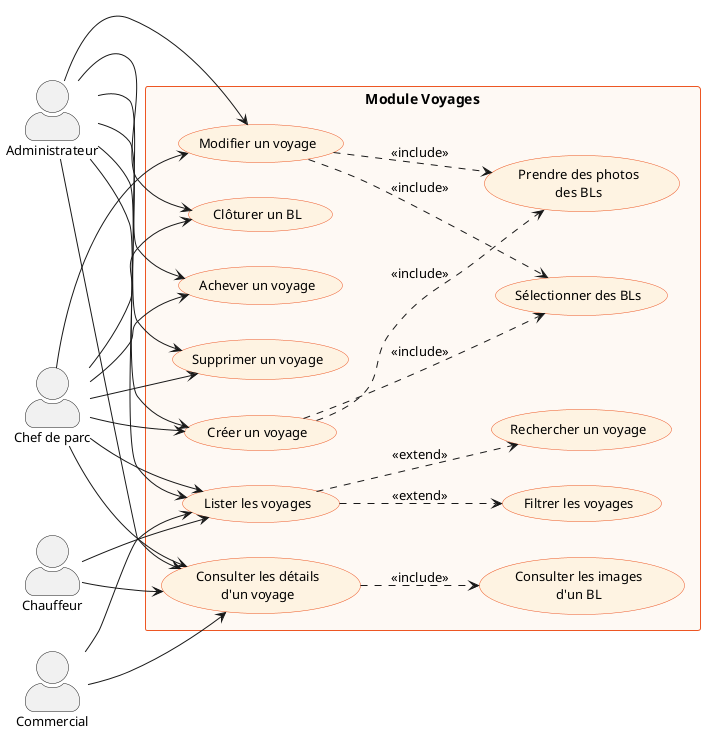
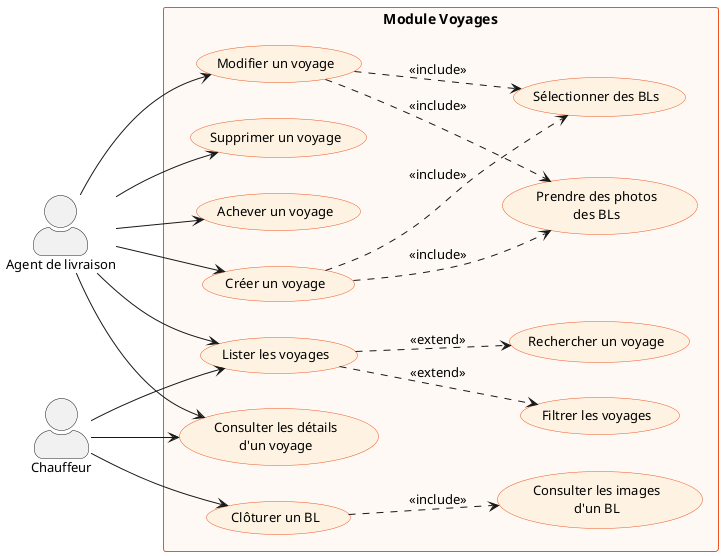
@startuml voyages-use-case
left to right direction
skinparam packageStyle rectangle
skinparam actorStyle awesome
skinparam usecaseBackgroundColor #FEF3E2
skinparam usecaseBorderColor #ED5623
skinparam usecaseFontSize 13
skinparam actorFontSize 13
skinparam packageBorderColor #ED5623
skinparam packageFontSize 14

- actor "Administrateur" as Admin
- actor "Chef de parc" as Parc
+ actor "Agent de livraison" as Agent
actor "Chauffeur" as Chauffeur
- actor "Commercial" as Commercial

rectangle "Module Voyages" #FEF9F4 {
  usecase "Lister les voyages" as UC1
  usecase "Consulter les détails\nd'un voyage" as UC2
  usecase "Créer un voyage" as UC3
  usecase "Modifier un voyage" as UC4
  usecase "Supprimer un voyage" as UC5
  usecase "Clôturer un BL" as UC6
  usecase "Achever un voyage" as UC7

  usecase "Rechercher un voyage" as UC8
  usecase "Filtrer les voyages" as UC9
  usecase "Sélectionner des BLs" as UC10
  usecase "Prendre des photos\ndes BLs" as UC11
  usecase "Consulter les images\nd'un BL" as UC12
}

- Admin --> UC1
- Admin --> UC2
- Admin --> UC3
- Admin --> UC4
- Admin --> UC5
- Admin --> UC6
- Admin --> UC7
- 
- Parc --> UC1
- Parc --> UC2
- Parc --> UC3
- Parc --> UC4
- Parc --> UC5
- Parc --> UC6
- Parc --> UC7
+ Agent --> UC1
+ Agent --> UC2
+ Agent --> UC3
+ Agent --> UC4
+ Agent --> UC5
+ Agent --> UC7

Chauffeur --> UC1
Chauffeur --> UC2
- 
- Commercial --> UC1
- Commercial --> UC2
+ Chauffeur --> UC6

UC1 ..> UC8 : <<extend>>
UC1 ..> UC9 : <<extend>>
UC3 ..> UC10 : <<include>>
UC3 ..> UC11 : <<include>>
UC4 ..> UC10 : <<include>>
UC4 ..> UC11 : <<include>>
- UC2 ..> UC12 : <<include>>
+ UC6 ..> UC12 : <<include>>

- @enduml
+ @enduml